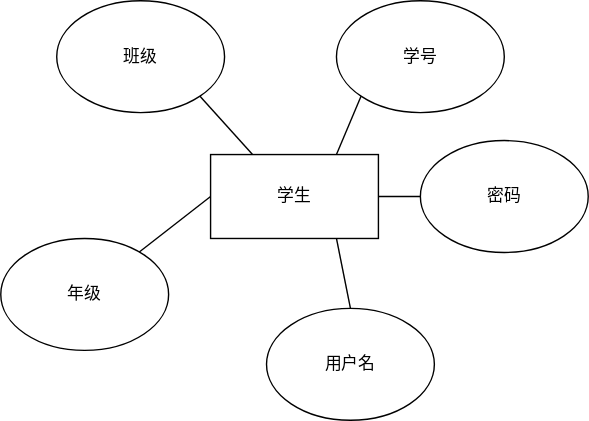
Before: pictures/学生实体E-R图.drawio.svg, a diagram exported from draw.io (Guo-HY/BUAA_DB). Source tidied: cells renumbered, new cells last; positions are measured from the earlier drawing's top-left corner, leaving out a move shared by most shapes.
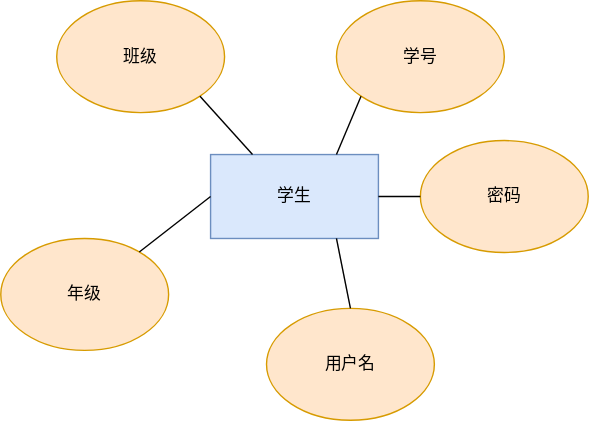
After the change.

Diff of the diagram source:
```diff
@@ -2,22 +2,22 @@
   <root>
     <mxCell id="0" />
     <mxCell id="1" parent="0" />
-    <mxCell id="2" value="学生" style="rounded=0;whiteSpace=wrap;html=1;" parent="1" vertex="1">
+    <mxCell id="2" value="学生" style="rounded=0;whiteSpace=wrap;html=1;fillColor=#dae8fc;strokeColor=#6c8ebf;" parent="1" vertex="1">
       <mxGeometry x="150" y="110" width="120" height="60" as="geometry" />
     </mxCell>
-    <mxCell id="3" value="学号" style="ellipse;whiteSpace=wrap;html=1;" parent="1" vertex="1">
+    <mxCell id="3" value="学号" style="ellipse;whiteSpace=wrap;html=1;fillColor=#ffe6cc;strokeColor=#d79b00;" parent="1" vertex="1">
       <mxGeometry x="240" width="120" height="80" as="geometry" />
     </mxCell>
-    <mxCell id="4" value="密码" style="ellipse;whiteSpace=wrap;html=1;" parent="1" vertex="1">
+    <mxCell id="4" value="密码" style="ellipse;whiteSpace=wrap;html=1;fillColor=#ffe6cc;strokeColor=#d79b00;" parent="1" vertex="1">
       <mxGeometry x="300" y="100" width="120" height="80" as="geometry" />
     </mxCell>
-    <mxCell id="5" value="用户名" style="ellipse;whiteSpace=wrap;html=1;" parent="1" vertex="1">
+    <mxCell id="5" value="用户名" style="ellipse;whiteSpace=wrap;html=1;fillColor=#ffe6cc;strokeColor=#d79b00;" parent="1" vertex="1">
       <mxGeometry x="190" y="220" width="120" height="80" as="geometry" />
     </mxCell>
-    <mxCell id="6" value="年级" style="ellipse;whiteSpace=wrap;html=1;" parent="1" vertex="1">
+    <mxCell id="6" value="年级" style="ellipse;whiteSpace=wrap;html=1;fillColor=#ffe6cc;strokeColor=#d79b00;" parent="1" vertex="1">
       <mxGeometry y="170" width="120" height="80" as="geometry" />
     </mxCell>
-    <mxCell id="7" value="班级" style="ellipse;whiteSpace=wrap;html=1;" parent="1" vertex="1">
+    <mxCell id="7" value="班级" style="ellipse;whiteSpace=wrap;html=1;fillColor=#ffe6cc;strokeColor=#d79b00;" parent="1" vertex="1">
       <mxGeometry x="40" width="120" height="80" as="geometry" />
     </mxCell>
     <mxCell id="8" style="endArrow=none;html=1;rounded=0;entryX=1;entryY=1;entryDx=0;entryDy=0;exitX=0.25;exitY=0;exitDx=0;exitDy=0;" parent="1" edge="1" source="2" target="7">
```
